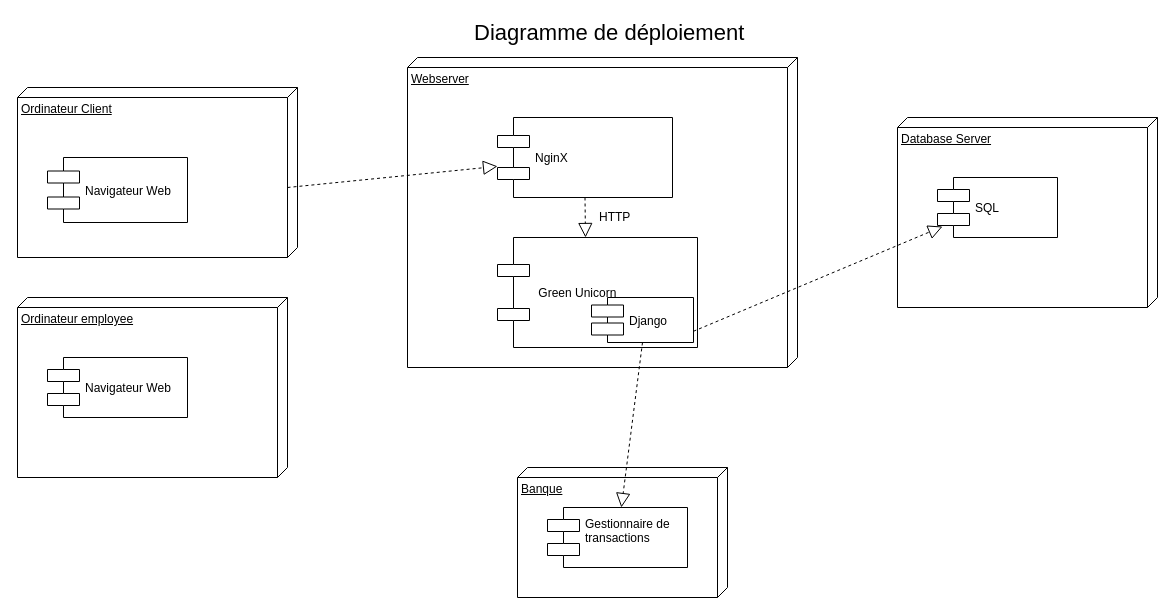
Earlier version of the draw.io diagram DD.drawio (stan-dimitrov/OC-project6-Concevez-la-solution-technique-d-un-syst-me-de-gestion-de-pizzeria). Source tidied: cells renumbered, new cells numbered last; positions are measured from the earlier drawing's top-left corner, leaving out a move shared by most shapes. Both pictures are drawn from the tidied source at 100%, with x=0, y=0 at pixel (17, 17).
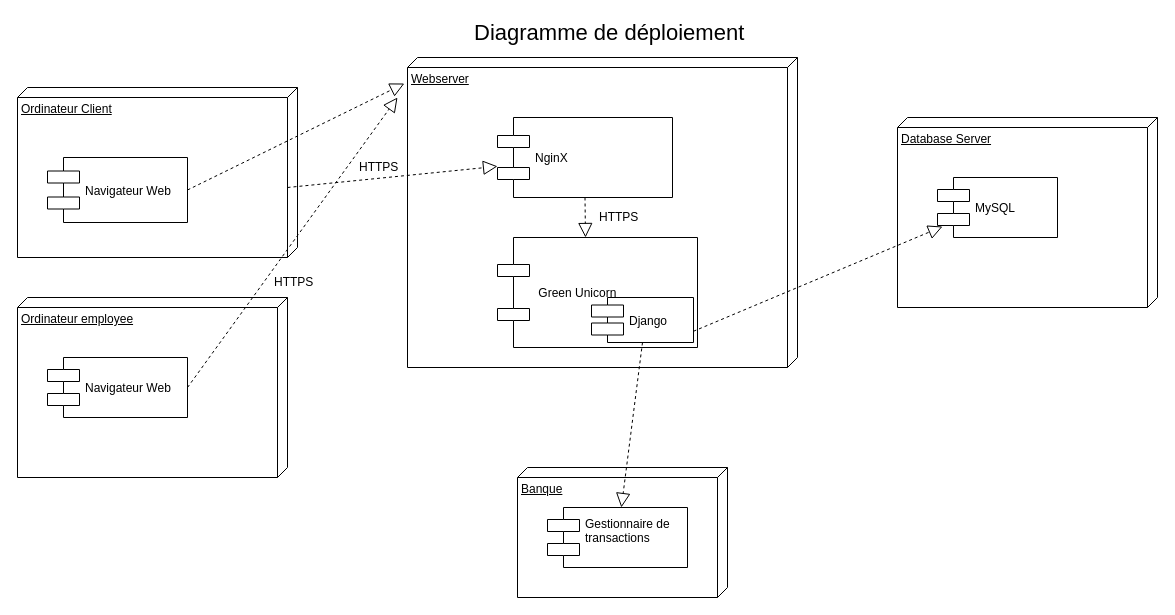
The same page after the edit.

Commit message:
Mettre à jour DD.drawio

The change refers to these unchanged cells:
```xml
<mxCell id="3" value="Navigateur Web" style="shape=component;align=left;spacingLeft=36;" parent="1" vertex="1">
  <mxGeometry x="30" y="140" width="140" height="65" as="geometry" />
</mxCell>
<mxCell id="4" value="Webserver" style="verticalAlign=top;align=left;spacingTop=8;spacingLeft=2;spacingRight=12;shape=cube;size=10;direction=south;fontStyle=4;html=1;" parent="1" vertex="1">
  <mxGeometry x="390" y="40" width="390" height="310" as="geometry" />
</mxCell>
<mxCell id="18" value="Navigateur Web" style="shape=component;align=left;spacingLeft=36;" parent="1" vertex="1">
  <mxGeometry x="30" y="340" width="140" height="60" as="geometry" />
</mxCell>
```

The edit, as a diff of the source:
```diff
@@
-    <mxCell id="8" value="HTTP" style="text;html=1;align=left;verticalAlign=top;spacingTop=-4;" parent="1" vertex="1">
+    <mxCell id="8" value="HTTPS" style="text;html=1;align=left;verticalAlign=top;spacingTop=-4;" parent="1" vertex="1">
       <mxGeometry x="580" y="190" width="50" height="20" as="geometry" />
     </mxCell>
@@
-    <mxCell id="13" value="SQL" style="shape=component;align=left;spacingLeft=36;" parent="1" vertex="1">
+    <mxCell id="13" value="MySQL" style="shape=component;align=left;spacingLeft=36;" parent="1" vertex="1">
       <mxGeometry x="920" y="160" width="120" height="60" as="geometry" />
     </mxCell>
@@
+    <mxCell id="20" value="HTTPS" style="text;html=1;align=left;verticalAlign=top;spacingTop=-4;" parent="1" vertex="1">
+      <mxGeometry x="340" y="140" width="50" height="20" as="geometry" />
+    </mxCell>
+    <mxCell id="21" style="endArrow=block;dashed=1;endFill=0;endSize=12;html=1;entryX=0.084;entryY=1.008;entryDx=0;entryDy=0;entryPerimeter=0;exitX=1;exitY=0.5;exitDx=0;exitDy=0;" parent="1" edge="1" source="3" target="4">
+      <mxGeometry relative="1" as="geometry" />
+    </mxCell>
+    <mxCell id="22" style="endArrow=block;dashed=1;endFill=0;endSize=12;html=1;exitX=1;exitY=0.5;exitDx=0;exitDy=0;" parent="1" edge="1" source="18">
+      <mxGeometry relative="1" as="geometry">
+        <mxPoint x="380" y="80" as="targetPoint" />
+      </mxGeometry>
+    </mxCell>
+    <mxCell id="23" value="HTTPS" style="text;html=1;align=left;verticalAlign=top;spacingTop=-4;" parent="1" vertex="1">
+      <mxGeometry x="255" y="255" width="50" height="20" as="geometry" />
+    </mxCell>
```
